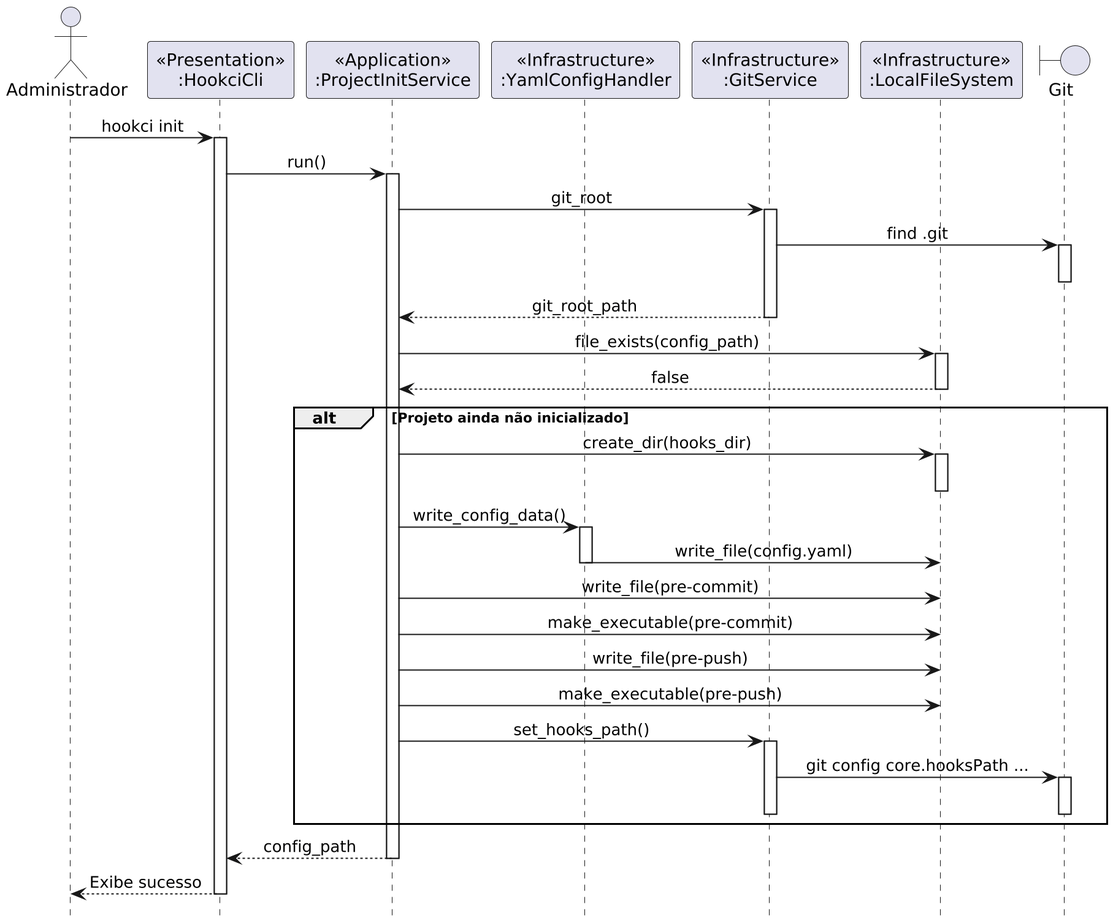
h3nc4/tmp keeps this PlantUML diagram as Artefatos/diagrams/sequence/init.png. Above is the earlier version.
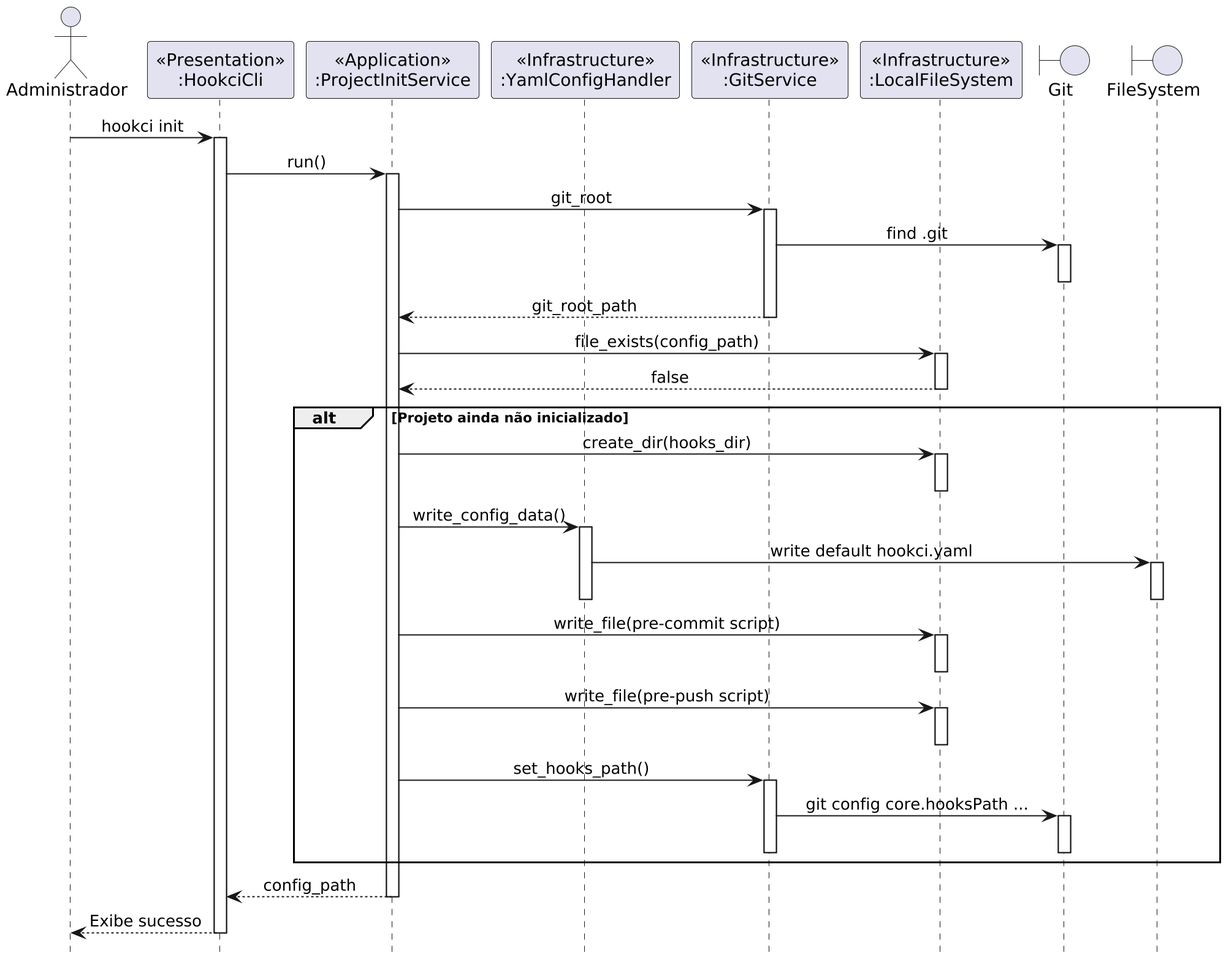
After the commit.

Change to the diagram source:
```diff
@@ -11,6 +11,7 @@
 participant "<<Infrastructure>>\n:GitService" as GitSvc
 participant "<<Infrastructure>>\n:LocalFileSystem" as FS
 boundary "Git" as Git
+boundary "FileSystem" as FsBoundary
 
 User -> CLI : hookci init
 activate CLI
@@ -36,13 +37,16 @@
     deactivate FS
     App -> CfgHandler : write_config_data()
     activate CfgHandler
-    CfgHandler -> FS : write_file(config.yaml)
+    CfgHandler -> FsBoundary : write default hookci.yaml
+    activate FsBoundary
+    deactivate FsBoundary
     deactivate CfgHandler
-    App -> FS : write_file(pre-commit)
-    App -> FS : make_executable(pre-commit)
-    App -> FS : write_file(pre-push)
-    App -> FS : make_executable(pre-push)
-
+    App -> FS : write_file(pre-commit script)
+    activate FS
+    deactivate FS
+    App -> FS : write_file(pre-push script)
+    activate FS
+    deactivate FS
     App -> GitSvc : set_hooks_path()
     activate GitSvc
     GitSvc -> Git : git config core.hooksPath ...
```
